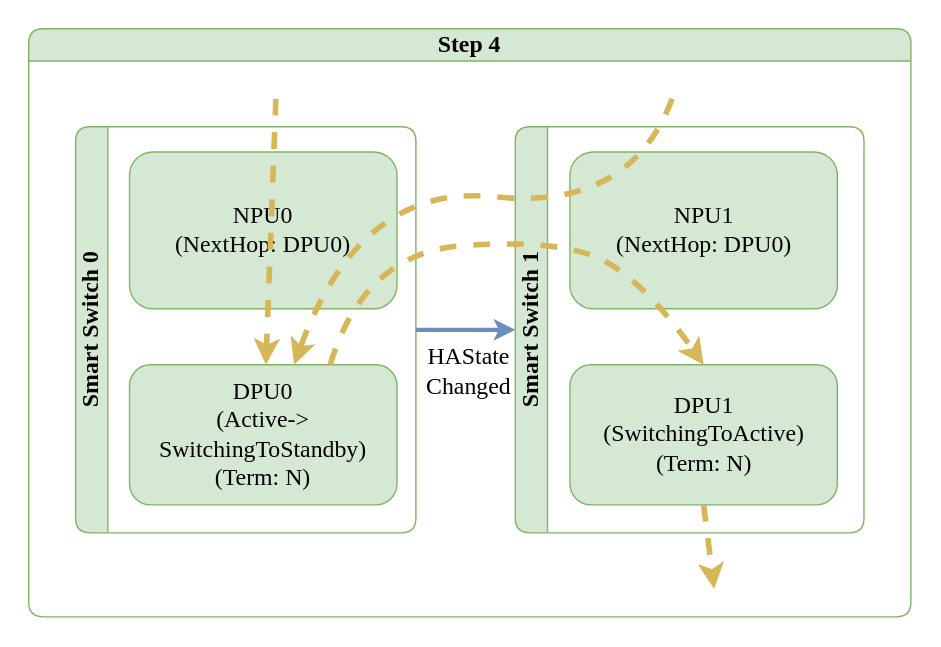
sonic-net/SONiC keeps this draw.io diagram as doc/smart-switch/high-availability/images/ha-planned-events-switchover-step-4.svg. Above is the earlier version. Source tidied: cells renumbered, new cells last; positions are measured from the earlier drawing's top-left corner, leaving out a move shared by most shapes.
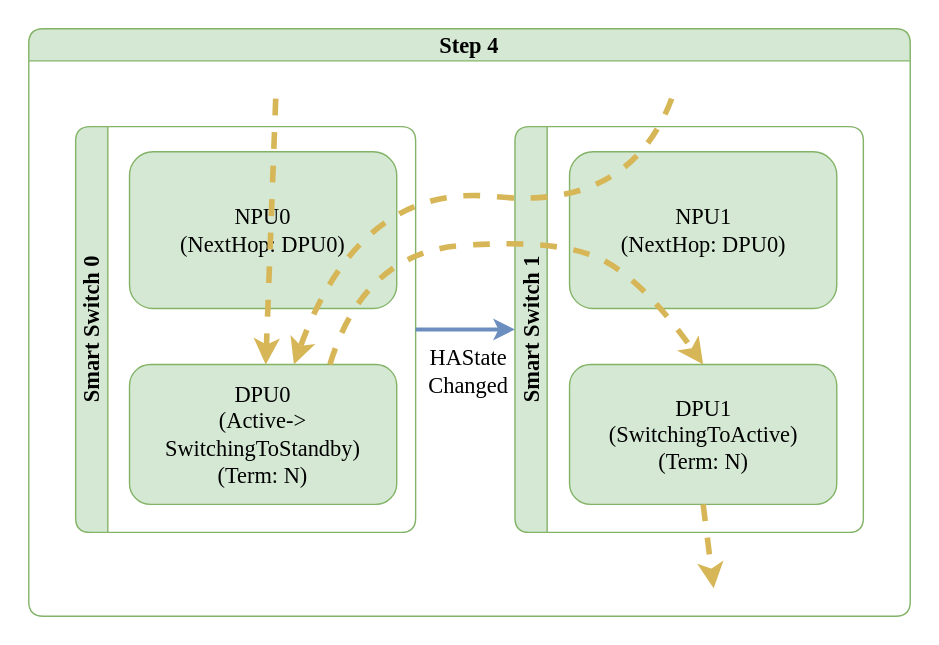
After the commit.

The edit, as a diff of the source:
```diff
@@ -2,36 +2,36 @@
   <root>
     <mxCell id="0" />
     <mxCell id="1" parent="0" />
-    <mxCell id="2" value="Step 4" style="swimlane;horizontal=1;whiteSpace=wrap;html=1;rounded=1;labelBorderColor=none;strokeColor=#82b366;fontFamily=Consolas;fontSize=17;startSize=23;fillColor=#d5e8d4;swimlaneFillColor=#FFFFFF;" parent="1" vertex="1">
+    <mxCell id="2" value="Step 4" style="swimlane;horizontal=1;whiteSpace=wrap;html=1;rounded=1;labelBorderColor=none;strokeColor=#82b366;fontFamily=Monaco;fontSize=16;startSize=23;fillColor=#d5e8d4;swimlaneFillColor=#FFFFFF;" parent="1" vertex="1">
       <mxGeometry width="630" height="420" as="geometry" />
     </mxCell>
-    <mxCell id="3" value="Smart Switch 0" style="swimlane;horizontal=0;whiteSpace=wrap;html=1;rounded=1;labelBorderColor=none;strokeColor=#82b366;fontFamily=Consolas;fontSize=17;startSize=23;fillColor=#d5e8d4;swimlaneFillColor=#FFFFFF;" parent="2" vertex="1">
+    <mxCell id="3" value="Smart Switch 0" style="swimlane;horizontal=0;whiteSpace=wrap;html=1;rounded=1;labelBorderColor=none;strokeColor=#82b366;fontFamily=Monaco;fontSize=16;startSize=23;fillColor=#d5e8d4;swimlaneFillColor=#FFFFFF;" parent="2" vertex="1">
       <mxGeometry x="33.5" y="70" width="243" height="290" as="geometry" />
     </mxCell>
-    <mxCell id="4" value="NPU0&lt;br style=&quot;font-size: 17px;&quot;&gt;(NextHop: DPU0)" style="rounded=1;whiteSpace=wrap;html=1;strokeColor=#82b366;fontFamily=Consolas;fontSize=17;startSize=23;fillColor=#d5e8d4;" parent="3" vertex="1">
+    <mxCell id="4" value="NPU0&lt;br style=&quot;font-size: 16px;&quot;&gt;(NextHop: DPU0)" style="rounded=1;whiteSpace=wrap;html=1;strokeColor=#82b366;fontFamily=Monaco;fontSize=16;startSize=23;fillColor=#d5e8d4;" parent="3" vertex="1">
       <mxGeometry x="38.5" y="18" width="191" height="112" as="geometry" />
     </mxCell>
-    <mxCell id="5" value="DPU0&lt;br style=&quot;border-color: var(--border-color); font-size: 17px;&quot;&gt;(Active-&amp;gt;&lt;br style=&quot;font-size: 17px;&quot;&gt;SwitchingToStandby)&lt;br style=&quot;border-color: var(--border-color); font-size: 17px;&quot;&gt;(Term: N)" style="rounded=1;whiteSpace=wrap;html=1;strokeColor=#82b366;fontFamily=Consolas;fontSize=17;startSize=23;fillColor=#d5e8d4;" parent="3" vertex="1">
+    <mxCell id="5" value="DPU0&lt;br style=&quot;border-color: var(--border-color); font-size: 16px;&quot;&gt;(Active-&amp;gt;&lt;br style=&quot;font-size: 16px;&quot;&gt;SwitchingToStandby)&lt;br style=&quot;border-color: var(--border-color); font-size: 16px;&quot;&gt;(Term: N)" style="rounded=1;whiteSpace=wrap;html=1;strokeColor=#82b366;fontFamily=Monaco;fontSize=16;startSize=23;fillColor=#d5e8d4;" parent="3" vertex="1">
       <mxGeometry x="38.5" y="170" width="191" height="100" as="geometry" />
     </mxCell>
-    <mxCell id="6" value="Smart Switch 1" style="swimlane;horizontal=0;whiteSpace=wrap;html=1;rounded=1;labelBorderColor=none;strokeColor=#82b366;fontFamily=Consolas;fontSize=17;startSize=23;fillColor=#d5e8d4;swimlaneFillColor=#FFFFFF;" parent="2" vertex="1">
+    <mxCell id="6" value="Smart Switch 1" style="swimlane;horizontal=0;whiteSpace=wrap;html=1;rounded=1;labelBorderColor=none;strokeColor=#82b366;fontFamily=Monaco;fontSize=16;startSize=23;fillColor=#d5e8d4;swimlaneFillColor=#FFFFFF;" parent="2" vertex="1">
       <mxGeometry x="347.5" y="70" width="249" height="290" as="geometry" />
     </mxCell>
-    <mxCell id="7" value="NPU1&lt;br style=&quot;font-size: 17px;&quot;&gt;(NextHop: DPU0)" style="rounded=1;whiteSpace=wrap;html=1;strokeColor=#82b366;fontFamily=Consolas;fontSize=17;startSize=23;fillColor=#d5e8d4;" parent="6" vertex="1">
+    <mxCell id="7" value="NPU1&lt;br style=&quot;font-size: 16px;&quot;&gt;(NextHop: DPU0)" style="rounded=1;whiteSpace=wrap;html=1;strokeColor=#82b366;fontFamily=Monaco;fontSize=16;startSize=23;fillColor=#d5e8d4;" parent="6" vertex="1">
       <mxGeometry x="39" y="18" width="191" height="112" as="geometry" />
     </mxCell>
-    <mxCell id="8" value="DPU1&lt;br style=&quot;border-color: var(--border-color); font-size: 17px;&quot;&gt;(SwitchingToActive)&lt;br style=&quot;border-color: var(--border-color); font-size: 17px;&quot;&gt;(Term: N)" style="rounded=1;whiteSpace=wrap;html=1;strokeColor=#82b366;fontFamily=Consolas;fontSize=17;startSize=23;fillColor=#d5e8d4;" parent="6" vertex="1">
+    <mxCell id="8" value="DPU1&lt;br style=&quot;border-color: var(--border-color); font-size: 16px;&quot;&gt;(SwitchingToActive)&lt;br style=&quot;border-color: var(--border-color); font-size: 16px;&quot;&gt;(Term: N)" style="rounded=1;whiteSpace=wrap;html=1;strokeColor=#82b366;fontFamily=Monaco;fontSize=16;startSize=23;fillColor=#d5e8d4;" parent="6" vertex="1">
       <mxGeometry x="39" y="170" width="191" height="100" as="geometry" />
     </mxCell>
-    <mxCell id="9" value="HAState&lt;br style=&quot;font-size: 17px;&quot;&gt;Changed" style="endArrow=classic;startArrow=none;html=1;rounded=0;exitX=1;exitY=0.5;exitDx=0;exitDy=0;entryX=0;entryY=0.5;entryDx=0;entryDy=0;fillColor=#dae8fc;strokeColor=#6c8ebf;strokeWidth=3;fontFamily=Consolas;fontSize=17;startFill=0;endFill=1;labelBackgroundColor=none;" parent="2" edge="1" source="3" target="6">
+    <mxCell id="9" value="HAState&lt;br style=&quot;font-size: 16px;&quot;&gt;Changed" style="endArrow=classic;startArrow=none;html=1;rounded=0;exitX=1;exitY=0.5;exitDx=0;exitDy=0;entryX=0;entryY=0.5;entryDx=0;entryDy=0;fillColor=#dae8fc;strokeColor=#6c8ebf;strokeWidth=3;fontFamily=Monaco;fontSize=16;startFill=0;endFill=1;labelBackgroundColor=none;" parent="2" edge="1" source="3" target="6">
       <mxGeometry x="0.04" y="-30" relative="1" as="geometry" />
     </mxCell>
-    <mxCell id="10" style="curved=1;endArrow=classic;html=1;rounded=0;fillColor=#fff2cc;strokeColor=#d6b656;strokeWidth=4;dashed=1;endFill=1;fontFamily=Consolas;fontSize=17;" parent="2" edge="1" target="5">
+    <mxCell id="10" style="curved=1;endArrow=classic;html=1;rounded=0;fillColor=#fff2cc;strokeColor=#d6b656;strokeWidth=4;dashed=1;endFill=1;fontFamily=Monaco;fontSize=16;" parent="2" edge="1" target="5">
       <mxGeometry relative="1" as="geometry">
         <mxPoint x="176.5" y="50" as="sourcePoint" />
       </mxGeometry>
     </mxCell>
-    <mxCell id="11" style="curved=1;endArrow=classic;html=1;rounded=0;fillColor=#fff2cc;strokeColor=#d6b656;strokeWidth=4;dashed=1;endFill=1;fontFamily=Consolas;fontSize=17;" parent="2" edge="1">
+    <mxCell id="11" style="curved=1;endArrow=classic;html=1;rounded=0;fillColor=#fff2cc;strokeColor=#d6b656;strokeWidth=4;dashed=1;endFill=1;fontFamily=Monaco;fontSize=16;" parent="2" edge="1">
       <mxGeometry relative="1" as="geometry">
         <mxPoint x="459.5" y="50" as="sourcePoint" />
         <mxPoint x="189.5" y="240" as="targetPoint" />
@@ -41,12 +41,12 @@
         </Array>
       </mxGeometry>
     </mxCell>
-    <mxCell id="12" style="endArrow=classic;html=1;rounded=0;fillColor=#fff2cc;strokeColor=#d6b656;strokeWidth=4;dashed=1;endFill=1;exitX=0.5;exitY=1;exitDx=0;exitDy=0;fontFamily=Consolas;fontSize=17;" parent="2" edge="1" source="8">
+    <mxCell id="12" style="endArrow=classic;html=1;rounded=0;fillColor=#fff2cc;strokeColor=#d6b656;strokeWidth=4;dashed=1;endFill=1;exitX=0.5;exitY=1;exitDx=0;exitDy=0;fontFamily=Monaco;fontSize=16;" parent="2" edge="1" source="8">
       <mxGeometry relative="1" as="geometry">
         <mxPoint x="489.5" y="400" as="targetPoint" />
       </mxGeometry>
     </mxCell>
-    <mxCell id="13" style="curved=1;endArrow=classic;html=1;rounded=0;entryX=0.5;entryY=0;entryDx=0;entryDy=0;fillColor=#fff2cc;strokeColor=#d6b656;strokeWidth=4;dashed=1;endFill=1;exitX=0.75;exitY=0;exitDx=0;exitDy=0;fontFamily=Consolas;fontSize=17;" parent="2" edge="1" source="5" target="8">
+    <mxCell id="13" style="curved=1;endArrow=classic;html=1;rounded=0;entryX=0.5;entryY=0;entryDx=0;entryDy=0;fillColor=#fff2cc;strokeColor=#d6b656;strokeWidth=4;dashed=1;endFill=1;exitX=0.75;exitY=0;exitDx=0;exitDy=0;fontFamily=Monaco;fontSize=16;" parent="2" edge="1" source="5" target="8">
       <mxGeometry relative="1" as="geometry">
         <Array as="points">
           <mxPoint x="239.5" y="160" />
```
